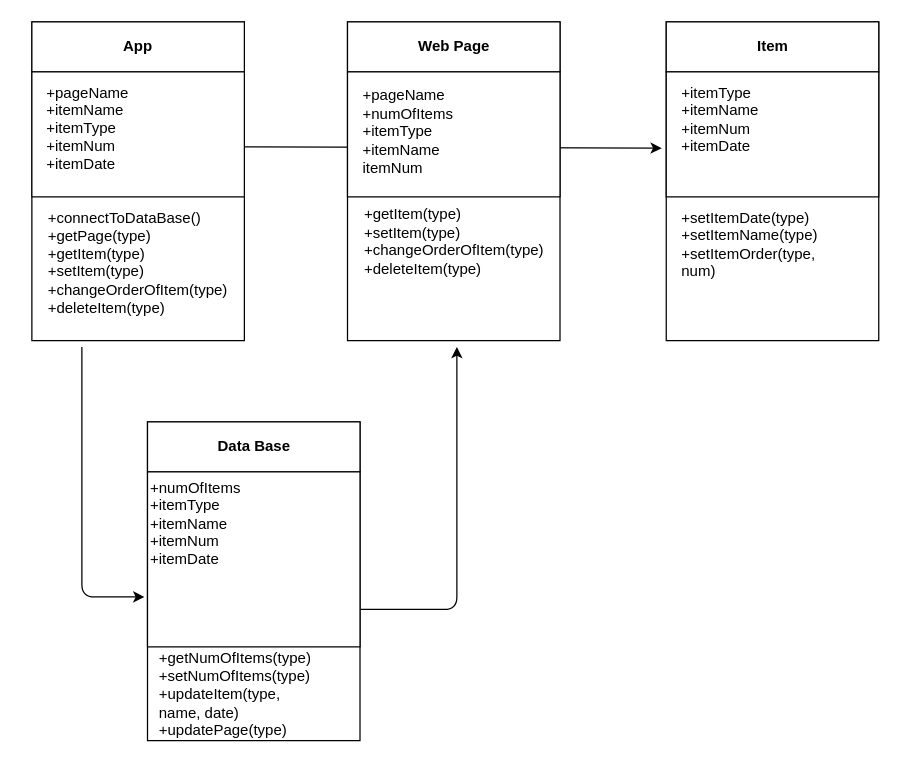
Above: UML.drawio in doritger/DroraD (draw.io), before the change. Source tidied: cells renumbered, new cells numbered last; positions are measured from the earlier drawing's top-left corner, leaving out a move shared by most shapes. Both pictures are drawn from the tidied source at 125%, with x=0, y=0 at pixel (-21, 21).
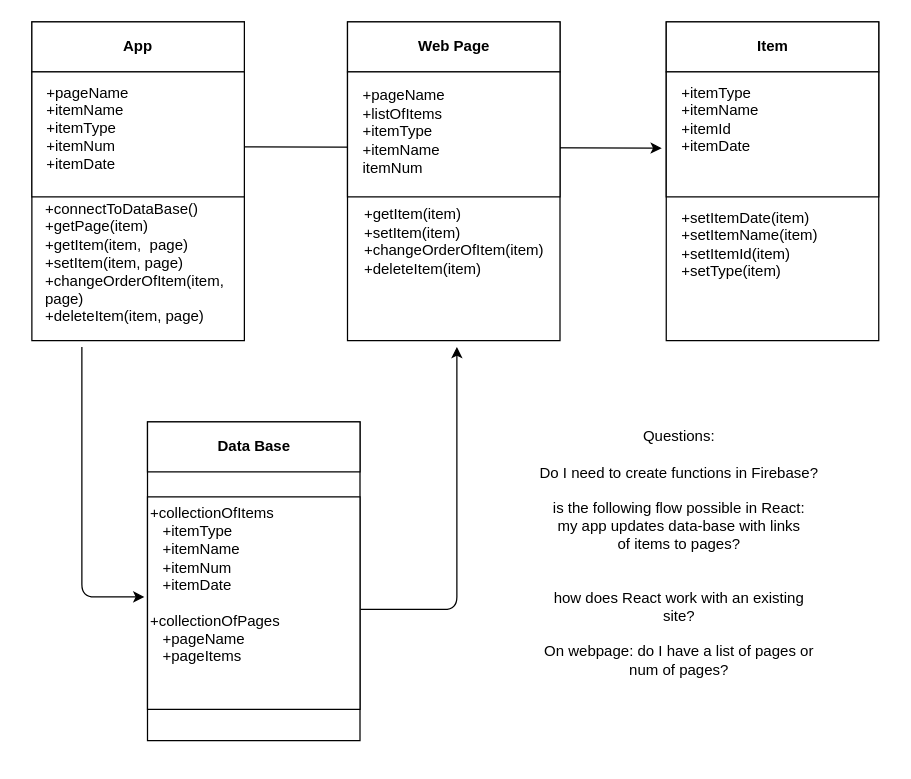
Above is the later version.

Commit message:
uml after talk with anat

What changed in the source:
```diff
@@
-    <mxCell id="7" value="&lt;div align=&quot;left&quot;&gt;&lt;br&gt;&lt;/div&gt;&lt;div align=&quot;left&quot;&gt;+connectToDataBase()&lt;/div&gt;&lt;div align=&quot;left&quot;&gt;+getPage(type)&lt;/div&gt;&lt;div align=&quot;left&quot;&gt;+getItem(type)&lt;/div&gt;&lt;div align=&quot;left&quot;&gt;+setItem(type)&lt;/div&gt;&lt;div align=&quot;left&quot;&gt;+changeOrderOfItem(type)&lt;/div&gt;&lt;div align=&quot;left&quot;&gt;+deleteItem(type)&lt;/div&gt;&lt;div align=&quot;left&quot;&gt;&lt;br&gt;&lt;/div&gt;&lt;div align=&quot;left&quot;&gt;&lt;br&gt;&lt;/div&gt;" style="text;html=1;strokeColor=none;fillColor=none;align=center;verticalAlign=middle;whiteSpace=wrap;rounded=0;" parent="1" vertex="1">
+    <mxCell id="7" value="&lt;div align=&quot;left&quot;&gt;&lt;br&gt;&lt;/div&gt;&lt;div align=&quot;left&quot;&gt;+connectToDataBase()&lt;/div&gt;&lt;div align=&quot;left&quot;&gt;+getPage(item)&lt;/div&gt;&lt;div align=&quot;left&quot;&gt;+getItem(item,&amp;nbsp; page)&lt;/div&gt;&lt;div align=&quot;left&quot;&gt;+setItem(item, page)&lt;/div&gt;&lt;div align=&quot;left&quot;&gt;+changeOrderOfItem(item, page)&lt;/div&gt;&lt;div align=&quot;left&quot;&gt;+deleteItem(item, page)&lt;/div&gt;&lt;div align=&quot;left&quot;&gt;&lt;br&gt;&lt;/div&gt;&lt;div align=&quot;left&quot;&gt;&lt;br&gt;&lt;/div&gt;" style="text;html=1;strokeColor=none;fillColor=none;align=center;verticalAlign=middle;whiteSpace=wrap;rounded=0;" parent="1" vertex="1">
       <mxGeometry x="52" y="150" width="150" height="100" as="geometry" />
     </mxCell>
@@
-    <mxCell id="10" value="&lt;div align=&quot;left&quot;&gt;&lt;br&gt;&lt;/div&gt;&lt;div align=&quot;left&quot;&gt;&lt;br&gt;&lt;/div&gt;&lt;div align=&quot;left&quot;&gt;+numOfItems&lt;/div&gt;&lt;div align=&quot;left&quot;&gt;+itemType&lt;br&gt;&lt;/div&gt;&lt;div align=&quot;left&quot;&gt;+itemName&lt;/div&gt;&lt;div align=&quot;left&quot;&gt;+itemNum&lt;br&gt;&lt;/div&gt;&lt;div align=&quot;left&quot;&gt;+itemDate&lt;br&gt;&lt;/div&gt;&lt;div align=&quot;left&quot;&gt;&lt;br&gt;&lt;/div&gt;&lt;div align=&quot;left&quot;&gt;&lt;br&gt;&lt;/div&gt;&lt;div align=&quot;left&quot;&gt;&lt;br&gt;&lt;/div&gt;&lt;div align=&quot;left&quot;&gt;&lt;br&gt;&lt;/div&gt;&lt;div align=&quot;left&quot;&gt;&lt;br&gt;&lt;/div&gt;&lt;div align=&quot;left&quot;&gt;&lt;br&gt;&lt;/div&gt;" style="rounded=0;whiteSpace=wrap;html=1;align=left;" parent="1" vertex="1">
-      <mxGeometry x="134.5" y="360" width="170" height="140" as="geometry" />
+    <mxCell id="10" value="&lt;div align=&quot;left&quot;&gt;&lt;br&gt;&lt;/div&gt;&lt;div align=&quot;left&quot;&gt;&lt;br&gt;&lt;/div&gt;&lt;div align=&quot;left&quot;&gt;+collectionOfItems&lt;/div&gt;&lt;div align=&quot;left&quot;&gt;&amp;nbsp;&amp;nbsp; +itemType&lt;br&gt;&lt;/div&gt;&lt;div align=&quot;left&quot;&gt;&amp;nbsp;&amp;nbsp; +itemName&lt;/div&gt;&lt;div align=&quot;left&quot;&gt;&amp;nbsp;&amp;nbsp; +itemNum&lt;br&gt;&lt;/div&gt;&lt;div align=&quot;left&quot;&gt;&amp;nbsp;&amp;nbsp; +itemDate&lt;/div&gt;&lt;div align=&quot;left&quot;&gt;&lt;br&gt;&lt;/div&gt;&lt;div align=&quot;left&quot;&gt;+collectionOfPages&lt;/div&gt;&lt;div align=&quot;left&quot;&gt;&amp;nbsp;&amp;nbsp; +pageName&lt;br&gt;&lt;/div&gt;&lt;div align=&quot;left&quot;&gt;&amp;nbsp;&amp;nbsp; +pageItems&lt;br&gt;&lt;/div&gt;&lt;div align=&quot;left&quot;&gt;&lt;br&gt;&lt;/div&gt;&lt;div align=&quot;left&quot;&gt;&lt;br&gt;&lt;/div&gt;&lt;div align=&quot;left&quot;&gt;&lt;br&gt;&lt;/div&gt;&lt;div align=&quot;left&quot;&gt;&lt;br&gt;&lt;/div&gt;" style="rounded=0;whiteSpace=wrap;html=1;align=left;" parent="1" vertex="1">
+      <mxGeometry x="134.5" y="380" width="170" height="170" as="geometry" />
     </mxCell>
-    <mxCell id="11" value="&lt;div&gt;+getNumOfItems(type)&lt;/div&gt;&lt;div&gt;+setNumOfItems(type)&lt;br&gt;&lt;/div&gt;&lt;div&gt;+updateItem(type, name, date)&lt;/div&gt;&lt;div&gt;+updatePage(type)&lt;/div&gt;&lt;div&gt;&lt;br&gt;&lt;/div&gt;" style="text;html=1;strokeColor=none;fillColor=none;align=left;verticalAlign=middle;whiteSpace=wrap;rounded=0;" parent="1" vertex="1">
-      <mxGeometry x="142" y="510" width="130" height="70" as="geometry" />
-    </mxCell>
@@
-    <mxCell id="15" value="&lt;div&gt;&lt;br&gt;&lt;/div&gt;&lt;div&gt;+pageName&lt;/div&gt;&lt;div&gt;+numOfItems&lt;/div&gt;&lt;div&gt;+itemType&lt;/div&gt;&lt;div&gt;+itemName&lt;/div&gt;&lt;div&gt;itemNum&lt;br&gt;&lt;/div&gt;&lt;div&gt;&lt;br&gt;&lt;/div&gt;&lt;div&gt;&lt;br&gt;&lt;/div&gt;" style="text;html=1;strokeColor=none;fillColor=none;align=left;verticalAlign=middle;whiteSpace=wrap;rounded=0;" parent="1" vertex="1">
+    <mxCell id="15" value="&lt;div&gt;&lt;br&gt;&lt;/div&gt;&lt;div&gt;+pageName&lt;/div&gt;&lt;div&gt;+listOfItems&lt;/div&gt;&lt;div&gt;+itemType&lt;/div&gt;&lt;div&gt;+itemName&lt;/div&gt;&lt;div&gt;itemNum&lt;br&gt;&lt;/div&gt;&lt;div&gt;&lt;br&gt;&lt;/div&gt;&lt;div&gt;&lt;br&gt;&lt;/div&gt;" style="text;html=1;strokeColor=none;fillColor=none;align=left;verticalAlign=middle;whiteSpace=wrap;rounded=0;" parent="1" vertex="1">
       <mxGeometry x="304.5" y="50" width="170" height="90" as="geometry" />
     </mxCell>
-    <mxCell id="16" value="&lt;div align=&quot;left&quot;&gt;+getItem(type)&lt;/div&gt;&lt;div align=&quot;left&quot;&gt;+setItem(type)&lt;/div&gt;&lt;div align=&quot;left&quot;&gt;+changeOrderOfItem(type)&lt;/div&gt;&lt;div align=&quot;left&quot;&gt;+deleteItem(type)&lt;/div&gt;&lt;div align=&quot;left&quot;&gt;&lt;br&gt;&lt;/div&gt;&lt;div align=&quot;left&quot;&gt;&lt;br&gt;&lt;/div&gt;" style="text;html=1;strokeColor=none;fillColor=none;align=center;verticalAlign=middle;whiteSpace=wrap;rounded=0;" parent="1" vertex="1">
+    <mxCell id="16" value="&lt;div align=&quot;left&quot;&gt;+getItem(item)&lt;/div&gt;&lt;div align=&quot;left&quot;&gt;+setItem(item)&lt;/div&gt;&lt;div align=&quot;left&quot;&gt;+changeOrderOfItem(item)&lt;/div&gt;&lt;div align=&quot;left&quot;&gt;+deleteItem(item)&lt;/div&gt;&lt;div align=&quot;left&quot;&gt;&lt;br&gt;&lt;/div&gt;&lt;div align=&quot;left&quot;&gt;&lt;br&gt;&lt;/div&gt;" style="text;html=1;strokeColor=none;fillColor=none;align=center;verticalAlign=middle;whiteSpace=wrap;rounded=0;" parent="1" vertex="1">
       <mxGeometry x="314.5" y="140" width="130" height="100" as="geometry" />
     </mxCell>
@@
-    <mxCell id="20" value="&lt;div&gt;+itemType&lt;br&gt;&lt;/div&gt;&lt;div&gt;+itemName&lt;/div&gt;&lt;div&gt;+itemNum&lt;/div&gt;&lt;div&gt;+itemDate&lt;/div&gt;" style="text;html=1;strokeColor=none;fillColor=none;align=left;verticalAlign=middle;whiteSpace=wrap;rounded=0;" parent="1" vertex="1">
+    <mxCell id="20" value="&lt;div&gt;+itemType&lt;br&gt;&lt;/div&gt;&lt;div&gt;+itemName&lt;/div&gt;&lt;div&gt;+itemId&lt;/div&gt;&lt;div&gt;+itemDate&lt;/div&gt;" style="text;html=1;strokeColor=none;fillColor=none;align=left;verticalAlign=middle;whiteSpace=wrap;rounded=0;" parent="1" vertex="1">
       <mxGeometry x="559.5" y="42.5" width="162.5" height="70" as="geometry" />
     </mxCell>
-    <mxCell id="21" value="&lt;div align=&quot;left&quot;&gt;+setItemDate(type)&lt;/div&gt;&lt;div align=&quot;left&quot;&gt;+setItemName(type)&lt;/div&gt;&lt;div align=&quot;left&quot;&gt;+setItemOrder(type, num)&lt;br&gt;&lt;/div&gt;&lt;div align=&quot;left&quot;&gt;&lt;br&gt;&lt;/div&gt;&lt;div align=&quot;left&quot;&gt;&lt;br&gt;&lt;/div&gt;&lt;div align=&quot;left&quot;&gt;&lt;br&gt;&lt;/div&gt;&lt;div align=&quot;left&quot;&gt;&lt;br&gt;&lt;/div&gt;" style="text;html=1;strokeColor=none;fillColor=none;align=left;verticalAlign=middle;whiteSpace=wrap;rounded=0;" parent="1" vertex="1">
+    <mxCell id="21" value="&lt;div align=&quot;left&quot;&gt;+setItemDate(item)&lt;/div&gt;&lt;div align=&quot;left&quot;&gt;+setItemName(item)&lt;/div&gt;&lt;div align=&quot;left&quot;&gt;+setItemId(item)&lt;br&gt;&lt;/div&gt;&lt;div align=&quot;left&quot;&gt;+setType(item)&lt;br&gt;&lt;/div&gt;&lt;div align=&quot;left&quot;&gt;&lt;br&gt;&lt;/div&gt;&lt;div align=&quot;left&quot;&gt;&lt;br&gt;&lt;/div&gt;&lt;div align=&quot;left&quot;&gt;&lt;br&gt;&lt;/div&gt;&lt;div align=&quot;left&quot;&gt;&lt;br&gt;&lt;/div&gt;" style="text;html=1;strokeColor=none;fillColor=none;align=left;verticalAlign=middle;whiteSpace=wrap;rounded=0;" parent="1" vertex="1">
       <mxGeometry x="559.5" y="157" width="130" height="100" as="geometry" />
     </mxCell>
@@
+    <mxCell id="24" value="&lt;div&gt;Questions:&lt;/div&gt;&lt;div&gt;&lt;br&gt;&lt;/div&gt;&lt;div&gt;Do I need to create functions in Firebase?&lt;/div&gt;&lt;div&gt;&lt;br&gt;&lt;/div&gt;&lt;div&gt;is the following flow possible in React:&lt;/div&gt;&lt;div&gt;my app updates data-base with links&lt;/div&gt;&lt;div&gt;of items to pages?&lt;br&gt;&lt;/div&gt;&lt;div&gt;&lt;br&gt;&lt;/div&gt;&lt;div&gt;&lt;br&gt;&lt;/div&gt;&lt;div&gt;how does React work with an existing site?&lt;/div&gt;&lt;div&gt;&lt;br&gt;&lt;/div&gt;&lt;div&gt;On webpage: do I have a list of pages or num of pages?&lt;br&gt;&lt;/div&gt;" style="text;html=1;strokeColor=none;fillColor=none;align=center;verticalAlign=middle;whiteSpace=wrap;rounded=0;" parent="1" vertex="1">
+      <mxGeometry x="444.5" y="310" width="230" height="230" as="geometry" />
+    </mxCell>
```
